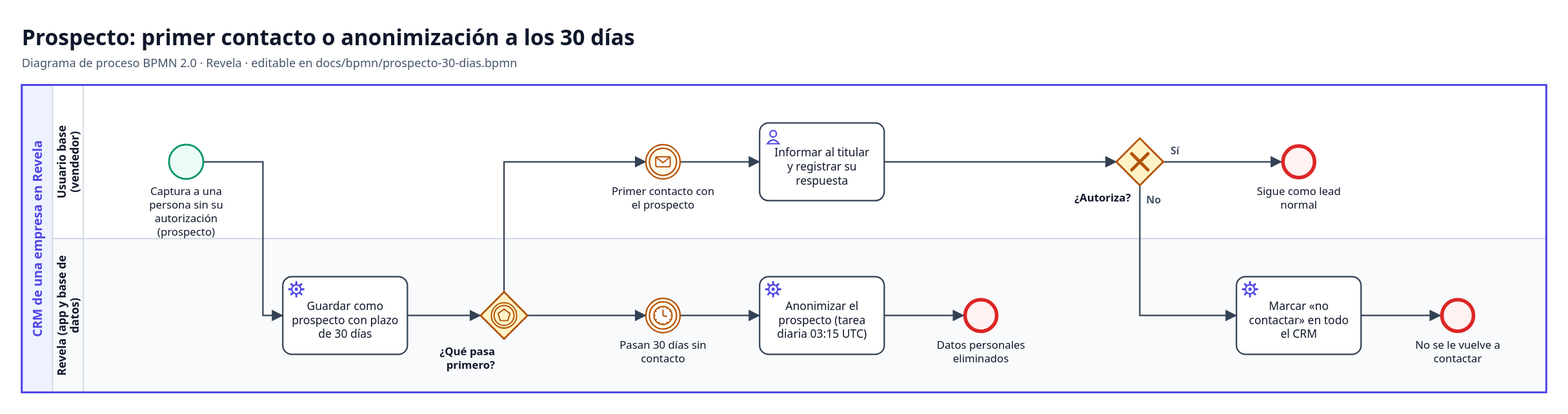
Earlier version of the BPMN export docs/bpmn/prospecto-30-dias.svg (YairCosta/CAPSTONE_003D). Its source is kept beside it as docs/bpmn/prospecto-30-dias.bpmn. Ids are renumbered.
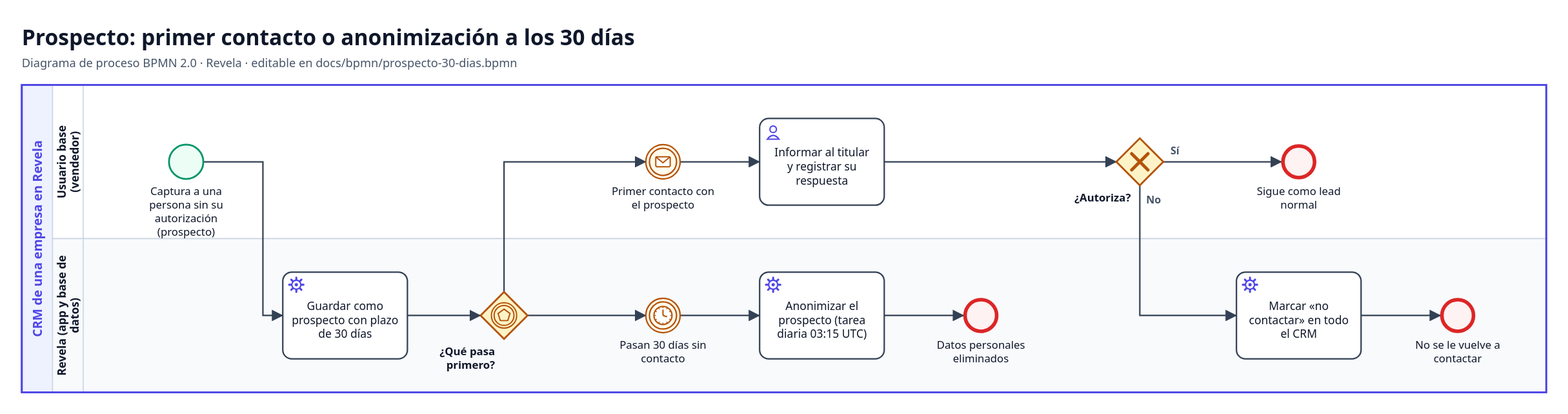
The same diagram one commit later.

Diff of the diagram source:
```diff
@@ -100,7 +100,7 @@
         <bpmndi:BPMNLabel><dc:Bounds x="159" y="204" width="94" height="62" /></bpmndi:BPMNLabel>
       </bpmndi:BPMNShape>
       <bpmndi:BPMNShape id="Nodo_guardar_di" bpmnElement="Nodo_guardar">
-        <dc:Bounds x="313" y="306" width="138" height="86" />
+        <dc:Bounds x="313" y="301" width="138" height="96" />
       </bpmndi:BPMNShape>
       <bpmndi:BPMNShape id="Nodo_gEvento_di" bpmnElement="Nodo_gEvento">
         <dc:Bounds x="532" y="323" width="52" height="52" />
@@ -111,7 +111,7 @@
         <bpmndi:BPMNLabel><dc:Bounds x="670" y="204" width="128" height="32" /></bpmndi:BPMNLabel>
       </bpmndi:BPMNShape>
       <bpmndi:BPMNShape id="Nodo_informar_di" bpmnElement="Nodo_informar">
-        <dc:Bounds x="841" y="136" width="138" height="86" />
+        <dc:Bounds x="841" y="131" width="138" height="96" />
       </bpmndi:BPMNShape>
       <bpmndi:BPMNShape id="Nodo_gAutoriza_di" bpmnElement="Nodo_gAutoriza" isMarkerVisible="true">
         <dc:Bounds x="1236" y="153" width="52" height="52" />
@@ -122,7 +122,7 @@
         <bpmndi:BPMNLabel><dc:Bounds x="1388" y="204" width="101" height="32" /></bpmndi:BPMNLabel>
       </bpmndi:BPMNShape>
       <bpmndi:BPMNShape id="Nodo_noContactar_di" bpmnElement="Nodo_noContactar">
-        <dc:Bounds x="1369" y="306" width="138" height="86" />
+        <dc:Bounds x="1369" y="301" width="138" height="96" />
       </bpmndi:BPMNShape>
       <bpmndi:BPMNShape id="Nodo_finNo_di" bpmnElement="Nodo_finNo">
         <dc:Bounds x="1595" y="330" width="38" height="38" />
@@ -133,7 +133,7 @@
         <bpmndi:BPMNLabel><dc:Bounds x="677" y="374" width="114" height="32" /></bpmndi:BPMNLabel>
       </bpmndi:BPMNShape>
       <bpmndi:BPMNShape id="Nodo_anonimizar_di" bpmnElement="Nodo_anonimizar">
-        <dc:Bounds x="841" y="306" width="138" height="86" />
+        <dc:Bounds x="841" y="301" width="138" height="96" />
       </bpmndi:BPMNShape>
       <bpmndi:BPMNShape id="Nodo_finAnon_di" bpmnElement="Nodo_finAnon">
         <dc:Bounds x="1067" y="330" width="38" height="38" />
```
